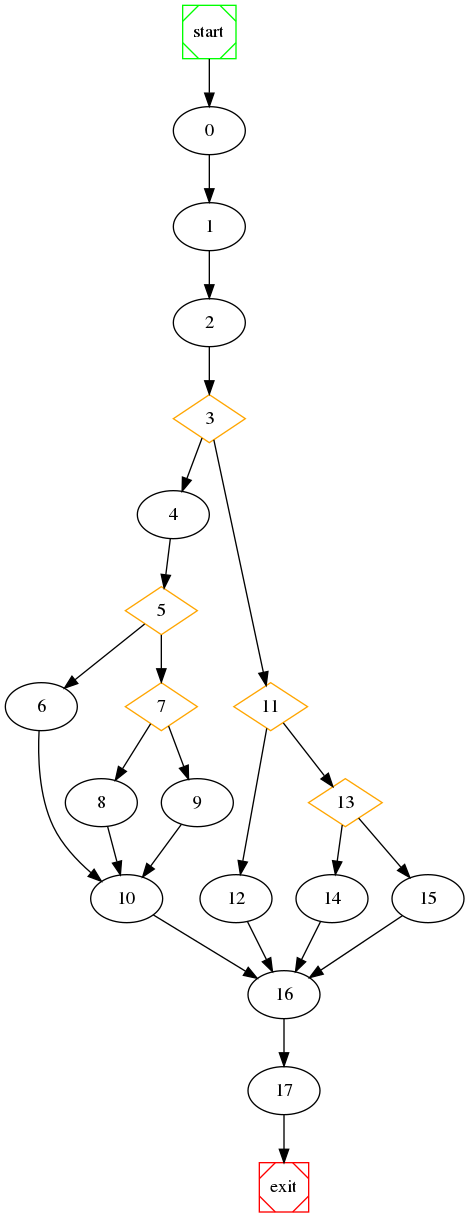
Earlier version of the Graphviz export cnf/raw_graph.png (NabeelQaiser/BTP_2k18-19). Its source is kept beside it as cnf/raw_graph.dot. Its diagram source:
```dot

digraph G {
	start -> 0;
	0 -> 1 ;
	1 -> 2 ;
	3 [shape=diamond, color=orange] ;
	5 [shape=diamond, color=orange] ;
	5 -> 6 ;
	7 [shape=diamond, color=orange] ;
	5 -> 7 ;
	7 -> 8 ;
	7 -> 9 ;
	4 -> 5 ;
	6 -> 10 ;
	8 -> 10 ;
	9 -> 10 ;
	3 -> 4 ;
	11 [shape=diamond, color=orange] ;
	3 -> 11 ;
	11 -> 12 ;
	13 [shape=diamond, color=orange] ;
	11 -> 13 ;
	13 -> 14 ;
	13 -> 15 ;
	2 -> 3 ;
	14 -> 16 ;
	15 -> 16 ;
	10 -> 16 ;
	12 -> 16 ;
	16 -> 17 ;
	17 -> exit;

	start [shape=Msquare, color=green];
	exit [shape=Msquare, color=red];
}
```
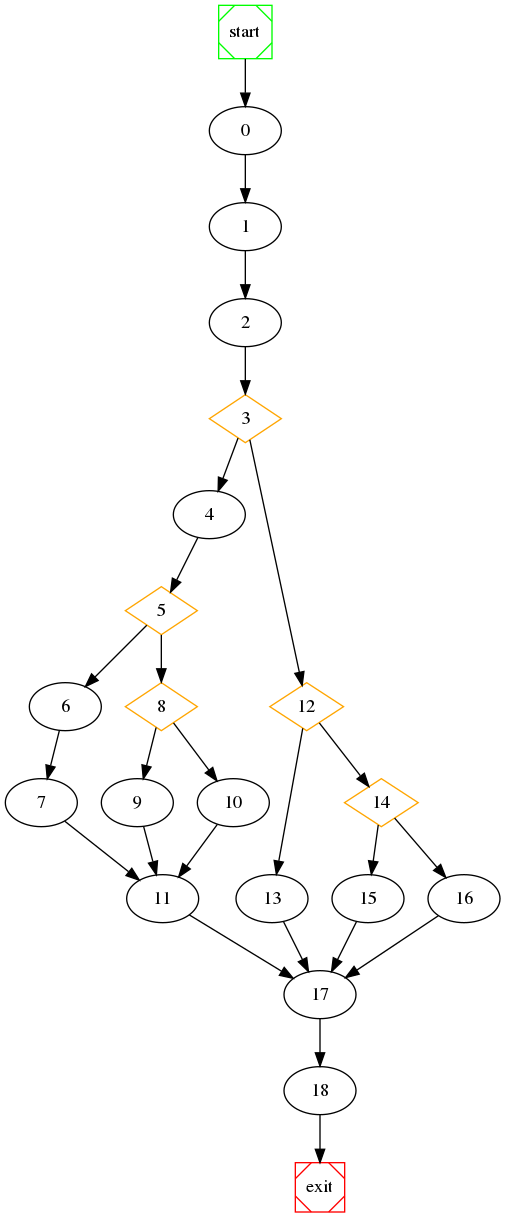
The same diagram one commit later.

The edit, as a diff of the source:
```diff
@@ -5,30 +5,31 @@
 	1 -> 2 ;
 	3 [shape=diamond, color=orange] ;
 	5 [shape=diamond, color=orange] ;
+	6 -> 7 ;
 	5 -> 6 ;
-	7 [shape=diamond, color=orange] ;
-	5 -> 7 ;
-	7 -> 8 ;
-	7 -> 9 ;
+	8 [shape=diamond, color=orange] ;
+	5 -> 8 ;
+	8 -> 9 ;
+	8 -> 10 ;
 	4 -> 5 ;
-	6 -> 10 ;
-	8 -> 10 ;
-	9 -> 10 ;
+	7 -> 11 ;
+	10 -> 11 ;
+	9 -> 11 ;
 	3 -> 4 ;
-	11 [shape=diamond, color=orange] ;
-	3 -> 11 ;
-	11 -> 12 ;
-	13 [shape=diamond, color=orange] ;
-	11 -> 13 ;
-	13 -> 14 ;
-	13 -> 15 ;
+	12 [shape=diamond, color=orange] ;
+	3 -> 12 ;
+	12 -> 13 ;
+	14 [shape=diamond, color=orange] ;
+	12 -> 14 ;
+	14 -> 15 ;
+	14 -> 16 ;
 	2 -> 3 ;
-	14 -> 16 ;
-	15 -> 16 ;
-	10 -> 16 ;
-	12 -> 16 ;
+	15 -> 17 ;
 	16 -> 17 ;
-	17 -> exit;
+	13 -> 17 ;
+	11 -> 17 ;
+	17 -> 18 ;
+	18 -> exit;
 
 	start [shape=Msquare, color=green];
 	exit [shape=Msquare, color=red];
```
